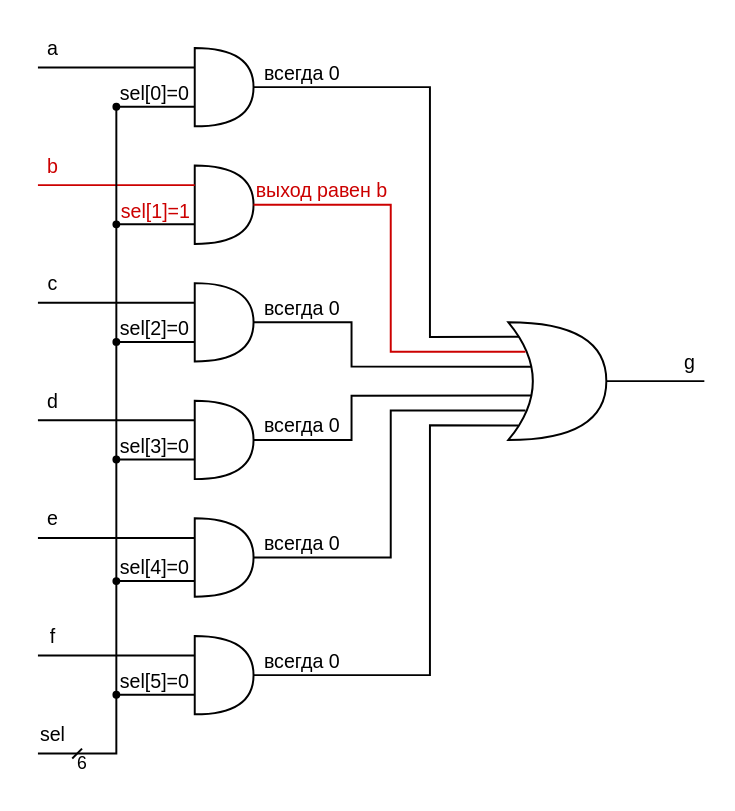
Earlier version of the draw.io export .pic/Introduction/How FPGA works/fig_08.drawio.svg (MPSU/APS). Source tidied: cells renumbered, new cells last; positions are measured from the earlier drawing's top-left corner, leaving out a move shared by most shapes.
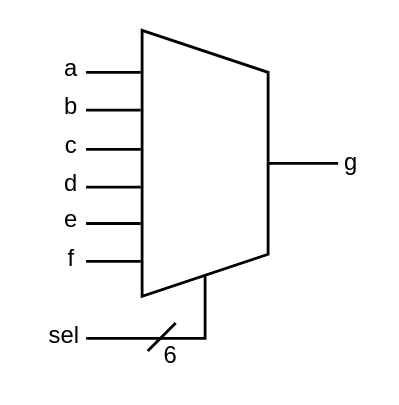
The same file after the commit.

Diff of the diagram source:
```diff
@@ -2,235 +2,90 @@
   <root>
     <mxCell id="0" />
     <mxCell id="1" parent="0" />
-    <mxCell id="2" style="shape=or;whiteSpace=wrap;html=1;fillColor=none;strokeColor=#000000;fontColor=#424242;strokeWidth=2;" parent="1" vertex="1">
-      <mxGeometry x="170" y="20" width="60" height="80" as="geometry" />
+    <mxCell id="2" style="shape=trapezoid;perimeter=trapezoidPerimeter;whiteSpace=wrap;html=1;fixedSize=1;rotation=90;size=30;strokeWidth=2;" parent="1" vertex="1">
+      <mxGeometry x="170" y="20" width="190" height="90" as="geometry" />
     </mxCell>
-    <mxCell id="3" style="shape=or;whiteSpace=wrap;html=1;fillColor=none;strokeColor=#000000;fontColor=#424242;strokeWidth=2;" parent="1" vertex="1">
-      <mxGeometry x="170" y="140" width="60" height="80" as="geometry" />
+    <mxCell id="3" style="endArrow=none;html=1;rounded=0;strokeWidth=2;" parent="1" edge="1">
+      <mxGeometry relative="1" as="geometry">
+        <mxPoint x="219" as="sourcePoint" />
+        <mxPoint x="180" as="targetPoint" />
+      </mxGeometry>
     </mxCell>
-    <mxCell id="4" style="shape=or;whiteSpace=wrap;html=1;fillColor=none;strokeColor=#000000;fontColor=#424242;strokeWidth=2;" parent="1" vertex="1">
-      <mxGeometry x="170" y="260" width="60" height="80" as="geometry" />
+    <mxCell id="4" style="endArrow=none;html=1;rounded=0;strokeWidth=2;" parent="1" edge="1">
+      <mxGeometry relative="1" as="geometry">
+        <mxPoint x="219" y="27" as="sourcePoint" />
+        <mxPoint x="180" y="27" as="targetPoint" />
+      </mxGeometry>
     </mxCell>
-    <mxCell id="5" style="shape=or;whiteSpace=wrap;html=1;fillColor=none;strokeColor=#000000;fontColor=#424242;strokeWidth=2;" parent="1" vertex="1">
-      <mxGeometry x="170" y="380" width="60" height="80" as="geometry" />
+    <mxCell id="5" style="endArrow=none;html=1;rounded=0;strokeWidth=2;" parent="1" edge="1">
+      <mxGeometry relative="1" as="geometry">
+        <mxPoint x="219" y="55" as="sourcePoint" />
+        <mxPoint x="180" y="55" as="targetPoint" />
+      </mxGeometry>
     </mxCell>
-    <mxCell id="6" style="shape=or;whiteSpace=wrap;html=1;fillColor=none;strokeColor=#000000;fontColor=#424242;strokeWidth=2;" parent="1" vertex="1">
-      <mxGeometry x="170" y="500" width="60" height="80" as="geometry" />
+    <mxCell id="6" style="endArrow=none;html=1;rounded=0;strokeWidth=2;" parent="1" edge="1">
+      <mxGeometry relative="1" as="geometry">
+        <mxPoint x="219" y="82" as="sourcePoint" />
+        <mxPoint x="180" y="82" as="targetPoint" />
+      </mxGeometry>
     </mxCell>
-    <mxCell id="7" style="shape=or;whiteSpace=wrap;html=1;fillColor=none;strokeColor=#000000;fontColor=#424242;strokeWidth=2;" parent="1" vertex="1">
-      <mxGeometry x="170" y="620" width="60" height="80" as="geometry" />
+    <mxCell id="7" style="endArrow=none;html=1;rounded=0;strokeWidth=2;" parent="1" edge="1">
+      <mxGeometry relative="1" as="geometry">
+        <mxPoint x="219" y="108" as="sourcePoint" />
+        <mxPoint x="180" y="108" as="targetPoint" />
+      </mxGeometry>
     </mxCell>
-    <mxCell id="8" style="endArrow=none;html=1;rounded=0;strokeColor=#000000;fontColor=#424242;strokeWidth=2;" parent="1" edge="1">
+    <mxCell id="8" style="endArrow=none;html=1;rounded=0;strokeWidth=2;" parent="1" edge="1">
       <mxGeometry relative="1" as="geometry">
-        <mxPoint x="10" y="40" as="sourcePoint" />
-        <mxPoint x="170" y="40" as="targetPoint" />
+        <mxPoint x="219" y="135" as="sourcePoint" />
+        <mxPoint x="180" y="135" as="targetPoint" />
       </mxGeometry>
     </mxCell>
-    <mxCell id="9" style="endArrow=none;html=1;rounded=0;strokeColor=#CC0000;fontColor=#424242;strokeWidth=2;" parent="1" edge="1">
+    <mxCell id="9" style="endArrow=none;html=1;rounded=0;strokeWidth=2;entryX=1;entryY=0.5;entryDx=0;entryDy=0;" parent="1" edge="1" target="2">
       <mxGeometry relative="1" as="geometry">
-        <mxPoint x="10" y="160" as="sourcePoint" />
-        <mxPoint x="170" y="160" as="targetPoint" />
+        <mxPoint x="180" y="190" as="sourcePoint" />
+        <Array as="points">
+          <mxPoint x="265" y="190" />
+        </Array>
       </mxGeometry>
     </mxCell>
-    <mxCell id="10" style="endArrow=none;html=1;rounded=0;strokeColor=#000000;fontColor=#424242;strokeWidth=2;" parent="1" edge="1">
+    <mxCell id="10" style="endArrow=none;html=1;rounded=0;strokeWidth=2;entryX=0.5;entryY=0;entryDx=0;entryDy=0;" parent="1" edge="1" target="2">
       <mxGeometry relative="1" as="geometry">
-        <mxPoint x="10" y="280" as="sourcePoint" />
-        <mxPoint x="170" y="280" as="targetPoint" />
+        <mxPoint x="360" y="65" as="sourcePoint" />
       </mxGeometry>
     </mxCell>
-    <mxCell id="11" style="endArrow=none;html=1;rounded=0;strokeColor=#000000;fontColor=#424242;strokeWidth=2;" parent="1" edge="1">
+    <mxCell id="11" style="endArrow=none;html=1;rounded=0;strokeWidth=2;" parent="1" edge="1">
       <mxGeometry relative="1" as="geometry">
-        <mxPoint x="10" y="400" as="sourcePoint" />
-        <mxPoint x="170" y="400" as="targetPoint" />
+        <mxPoint x="224" y="199" as="sourcePoint" />
+        <mxPoint x="244" y="179" as="targetPoint" />
       </mxGeometry>
     </mxCell>
-    <mxCell id="12" style="endArrow=none;html=1;rounded=0;strokeColor=#000000;fontColor=#424242;strokeWidth=2;" parent="1" edge="1">
-      <mxGeometry relative="1" as="geometry">
-        <mxPoint x="10" y="520" as="sourcePoint" />
-        <mxPoint x="170" y="520" as="targetPoint" />
-      </mxGeometry>
+    <mxCell id="12" value="6" style="text;html=1;align=center;verticalAlign=middle;strokeColor=none;fillColor=none;fontSize=17;" parent="1" vertex="1">
+      <mxGeometry x="225" y="188" width="30" height="30" as="geometry" />
     </mxCell>
-    <mxCell id="13" style="endArrow=none;html=1;rounded=0;strokeColor=#000000;fontColor=#424242;strokeWidth=2;" parent="1" edge="1">
-      <mxGeometry relative="1" as="geometry">
-        <mxPoint x="10" y="640" as="sourcePoint" />
-        <mxPoint x="170" y="640" as="targetPoint" />
-      </mxGeometry>
+    <mxCell id="13" value="a" style="text;html=1;align=center;verticalAlign=middle;strokeColor=none;fillColor=none;fontSize=17;" parent="1" vertex="1">
+      <mxGeometry x="154" y="-17" width="30" height="30" as="geometry" />
     </mxCell>
-    <mxCell id="14" style="endArrow=none;html=1;rounded=0;startArrow=oval;startFill=1;strokeColor=#000000;fontColor=#424242;strokeWidth=2;" parent="1" edge="1">
-      <mxGeometry relative="1" as="geometry">
-        <mxPoint x="90" y="680" as="sourcePoint" />
-        <mxPoint x="170" y="680" as="targetPoint" />
-      </mxGeometry>
+    <mxCell id="14" value="b" style="text;html=1;align=center;verticalAlign=middle;strokeColor=none;fillColor=none;fontSize=17;" parent="1" vertex="1">
+      <mxGeometry x="154" y="10" width="30" height="30" as="geometry" />
     </mxCell>
-    <mxCell id="15" style="endArrow=none;html=1;rounded=0;strokeColor=#000000;fontColor=#424242;strokeWidth=2;" parent="1" edge="1">
-      <mxGeometry relative="1" as="geometry">
-        <mxPoint x="90" y="680" as="sourcePoint" />
-        <mxPoint x="90" y="80" as="targetPoint" />
-      </mxGeometry>
+    <mxCell id="15" value="c" style="text;html=1;align=center;verticalAlign=middle;strokeColor=none;fillColor=none;fontSize=17;" parent="1" vertex="1">
+      <mxGeometry x="154" y="38" width="30" height="30" as="geometry" />
     </mxCell>
-    <mxCell id="16" style="endArrow=none;html=1;rounded=0;strokeColor=#000000;fontColor=#424242;strokeWidth=2;" parent="1" edge="1">
-      <mxGeometry relative="1" as="geometry">
-        <mxPoint x="10" y="740" as="sourcePoint" />
-        <mxPoint x="90" y="680" as="targetPoint" />
-        <Array as="points">
-          <mxPoint x="90" y="740" />
-        </Array>
-      </mxGeometry>
+    <mxCell id="16" value="d" style="text;html=1;align=center;verticalAlign=middle;strokeColor=none;fillColor=none;fontSize=17;" parent="1" vertex="1">
+      <mxGeometry x="154" y="65" width="30" height="30" as="geometry" />
     </mxCell>
-    <mxCell id="17" style="endArrow=none;html=1;rounded=0;startArrow=oval;startFill=1;strokeColor=#000000;fontColor=#424242;strokeWidth=2;" parent="1" edge="1">
-      <mxGeometry relative="1" as="geometry">
-        <mxPoint x="90" y="564" as="sourcePoint" />
-        <mxPoint x="170" y="564" as="targetPoint" />
-      </mxGeometry>
+    <mxCell id="17" value="e" style="text;html=1;align=center;verticalAlign=middle;strokeColor=none;fillColor=none;fontSize=17;" parent="1" vertex="1">
+      <mxGeometry x="154" y="91" width="30" height="30" as="geometry" />
     </mxCell>
-    <mxCell id="18" style="endArrow=none;html=1;rounded=0;startArrow=oval;startFill=1;strokeColor=#000000;fontColor=#424242;strokeWidth=2;" parent="1" edge="1">
-      <mxGeometry relative="1" as="geometry">
-        <mxPoint x="90" y="440" as="sourcePoint" />
-        <mxPoint x="170" y="440" as="targetPoint" />
-      </mxGeometry>
+    <mxCell id="18" value="f" style="text;html=1;align=center;verticalAlign=middle;strokeColor=none;fillColor=none;fontSize=17;" parent="1" vertex="1">
+      <mxGeometry x="154" y="119" width="30" height="30" as="geometry" />
     </mxCell>
-    <mxCell id="19" style="endArrow=none;html=1;rounded=0;startArrow=oval;startFill=1;strokeColor=#000000;fontColor=#424242;strokeWidth=2;" parent="1" edge="1">
-      <mxGeometry relative="1" as="geometry">
-        <mxPoint x="90" y="320" as="sourcePoint" />
-        <mxPoint x="170" y="320" as="targetPoint" />
-      </mxGeometry>
+    <mxCell id="19" value="sel" style="text;html=1;align=center;verticalAlign=middle;strokeColor=none;fillColor=none;fontSize=17;" parent="1" vertex="1">
+      <mxGeometry x="139" y="174" width="50" height="30" as="geometry" />
     </mxCell>
-    <mxCell id="20" style="endArrow=none;html=1;rounded=0;startArrow=oval;startFill=1;strokeColor=#000000;fontColor=#424242;strokeWidth=2;" parent="1" edge="1">
-      <mxGeometry relative="1" as="geometry">
-        <mxPoint x="90" y="200" as="sourcePoint" />
-        <mxPoint x="170" y="200" as="targetPoint" />
-      </mxGeometry>
+    <mxCell id="20" value="g" style="text;html=1;align=center;verticalAlign=middle;strokeColor=none;fillColor=none;fontSize=17;" parent="1" vertex="1">
+      <mxGeometry x="354" y="50" width="30" height="30" as="geometry" />
     </mxCell>
-    <mxCell id="21" style="endArrow=none;html=1;rounded=0;startArrow=oval;startFill=1;strokeColor=#000000;fontColor=#424242;strokeWidth=2;" parent="1" edge="1">
-      <mxGeometry relative="1" as="geometry">
-        <mxPoint x="90" y="80" as="sourcePoint" />
-        <mxPoint x="170" y="80" as="targetPoint" />
-      </mxGeometry>
-    </mxCell>
-    <mxCell id="22" style="shape=xor;whiteSpace=wrap;html=1;fillColor=none;strokeColor=#000000;fontColor=#424242;strokeWidth=2;" parent="1" vertex="1">
-      <mxGeometry x="490" y="300" width="100" height="120" as="geometry" />
-    </mxCell>
-    <mxCell id="23" style="endArrow=none;html=1;rounded=0;exitX=1;exitY=0.5;exitDx=0;exitDy=0;exitPerimeter=0;entryX=0.108;entryY=0.123;entryDx=0;entryDy=0;entryPerimeter=0;strokeColor=#000000;fontColor=#424242;strokeWidth=2;" parent="1" edge="1" source="2" target="22">
-      <mxGeometry relative="1" as="geometry">
-        <Array as="points">
-          <mxPoint x="410" y="60" />
-          <mxPoint x="410" y="315" />
-        </Array>
-      </mxGeometry>
-    </mxCell>
-    <mxCell id="24" style="endArrow=none;html=1;rounded=0;exitX=1;exitY=0.5;exitDx=0;exitDy=0;exitPerimeter=0;entryX=0.175;entryY=0.25;entryDx=0;entryDy=0;entryPerimeter=0;strokeColor=#CC0000;fontColor=#424242;strokeWidth=2;" parent="1" edge="1" source="3" target="22">
-      <mxGeometry relative="1" as="geometry">
-        <Array as="points">
-          <mxPoint x="370" y="180" />
-          <mxPoint x="370" y="330" />
-        </Array>
-      </mxGeometry>
-    </mxCell>
-    <mxCell id="25" style="endArrow=none;html=1;rounded=0;exitX=1;exitY=0.5;exitDx=0;exitDy=0;exitPerimeter=0;entryX=0.232;entryY=0.377;entryDx=0;entryDy=0;entryPerimeter=0;strokeColor=#000000;fontColor=#424242;strokeWidth=2;" parent="1" edge="1" source="4" target="22">
-      <mxGeometry relative="1" as="geometry">
-        <Array as="points">
-          <mxPoint x="330" y="300" />
-          <mxPoint x="330" y="345" />
-        </Array>
-      </mxGeometry>
-    </mxCell>
-    <mxCell id="26" style="endArrow=none;html=1;rounded=0;exitX=1;exitY=0.5;exitDx=0;exitDy=0;exitPerimeter=0;entryX=0.232;entryY=0.622;entryDx=0;entryDy=0;entryPerimeter=0;strokeColor=#000000;fontColor=#424242;strokeWidth=2;" parent="1" edge="1" source="5" target="22">
-      <mxGeometry relative="1" as="geometry">
-        <Array as="points">
-          <mxPoint x="330" y="420" />
-          <mxPoint x="330" y="375" />
-        </Array>
-      </mxGeometry>
-    </mxCell>
-    <mxCell id="27" style="endArrow=none;html=1;rounded=0;exitX=1;exitY=0.5;exitDx=0;exitDy=0;exitPerimeter=0;entryX=0.175;entryY=0.75;entryDx=0;entryDy=0;entryPerimeter=0;strokeColor=#000000;fontColor=#424242;strokeWidth=2;" parent="1" edge="1" source="6" target="22">
-      <mxGeometry relative="1" as="geometry">
-        <Array as="points">
-          <mxPoint x="370" y="540" />
-          <mxPoint x="370" y="390" />
-        </Array>
-      </mxGeometry>
-    </mxCell>
-    <mxCell id="28" style="endArrow=none;html=1;rounded=0;exitX=1;exitY=0.5;exitDx=0;exitDy=0;exitPerimeter=0;entryX=0.103;entryY=0.877;entryDx=0;entryDy=0;entryPerimeter=0;strokeColor=#000000;fontColor=#424242;strokeWidth=2;" parent="1" edge="1" source="7" target="22">
-      <mxGeometry relative="1" as="geometry">
-        <Array as="points">
-          <mxPoint x="410" y="660" />
-          <mxPoint x="410" y="405" />
-        </Array>
-      </mxGeometry>
-    </mxCell>
-    <mxCell id="29" style="endArrow=none;html=1;rounded=0;exitX=1;exitY=0.5;exitDx=0;exitDy=0;exitPerimeter=0;strokeColor=#000000;fontColor=#424242;strokeWidth=2;" parent="1" edge="1" source="22">
-      <mxGeometry relative="1" as="geometry">
-        <mxPoint x="690" y="360" as="targetPoint" />
-      </mxGeometry>
-    </mxCell>
-    <mxCell id="30" value="a" style="text;html=1;align=center;verticalAlign=middle;strokeColor=none;fillColor=none;fontSize=20;fontColor=#000000;strokeWidth=2;" parent="1" vertex="1">
-      <mxGeometry x="10" width="30" height="40" as="geometry" />
-    </mxCell>
-    <mxCell id="31" value="b" style="text;html=1;align=center;verticalAlign=middle;strokeColor=none;fillColor=none;fontSize=20;fontColor=#CC0000;strokeWidth=2;" parent="1" vertex="1">
-      <mxGeometry x="10" y="120" width="30" height="40" as="geometry" />
-    </mxCell>
-    <mxCell id="32" value="c" style="text;html=1;align=center;verticalAlign=middle;strokeColor=none;fillColor=none;fontSize=20;fontColor=#000000;strokeWidth=2;" parent="1" vertex="1">
-      <mxGeometry x="10" y="240" width="30" height="40" as="geometry" />
-    </mxCell>
-    <mxCell id="33" value="d" style="text;html=1;align=center;verticalAlign=middle;strokeColor=none;fillColor=none;fontSize=20;fontColor=#000000;strokeWidth=2;" parent="1" vertex="1">
-      <mxGeometry x="10" y="360" width="30" height="40" as="geometry" />
-    </mxCell>
-    <mxCell id="34" value="e" style="text;html=1;align=center;verticalAlign=middle;strokeColor=none;fillColor=none;fontSize=20;fontColor=#000000;strokeWidth=2;" parent="1" vertex="1">
-      <mxGeometry x="10" y="480" width="30" height="40" as="geometry" />
-    </mxCell>
-    <mxCell id="35" value="f" style="text;html=1;align=center;verticalAlign=middle;strokeColor=none;fillColor=none;fontSize=20;fontColor=#000000;strokeWidth=2;" parent="1" vertex="1">
-      <mxGeometry x="10" y="600" width="30" height="40" as="geometry" />
-    </mxCell>
-    <mxCell id="36" value="sel" style="text;html=1;align=center;verticalAlign=middle;strokeColor=none;fillColor=none;fontSize=20;fontColor=#000000;strokeWidth=2;" parent="1" vertex="1">
-      <mxGeometry y="700" width="50" height="40" as="geometry" />
-    </mxCell>
-    <mxCell id="37" style="endArrow=none;html=1;rounded=0;fontSize=20;strokeColor=#000000;fontColor=#424242;strokeWidth=2;" parent="1" edge="1">
-      <mxGeometry relative="1" as="geometry">
-        <mxPoint x="45" y="745" as="sourcePoint" />
-        <mxPoint x="55" y="735" as="targetPoint" />
-      </mxGeometry>
-    </mxCell>
-    <mxCell id="38" value="sel[5]=0" style="text;html=1;align=center;verticalAlign=middle;strokeColor=none;fillColor=none;fontSize=20;fontColor=#000000;strokeWidth=2;" parent="1" vertex="1">
-      <mxGeometry x="84" y="646" width="90" height="40" as="geometry" />
-    </mxCell>
-    <mxCell id="39" value="sel[4]=0" style="text;html=1;align=center;verticalAlign=middle;strokeColor=none;fillColor=none;fontSize=20;fontColor=#000000;strokeWidth=2;" parent="1" vertex="1">
-      <mxGeometry x="84" y="530" width="90" height="40" as="geometry" />
-    </mxCell>
-    <mxCell id="40" value="sel[3]=0" style="text;html=1;align=center;verticalAlign=middle;strokeColor=none;fillColor=none;fontSize=20;fontColor=#000000;strokeWidth=2;" parent="1" vertex="1">
-      <mxGeometry x="84" y="406" width="90" height="40" as="geometry" />
-    </mxCell>
-    <mxCell id="41" value="sel[2]=0" style="text;html=1;align=center;verticalAlign=middle;strokeColor=none;fillColor=none;fontSize=20;fontColor=#000000;strokeWidth=2;" parent="1" vertex="1">
-      <mxGeometry x="84" y="286" width="90" height="40" as="geometry" />
-    </mxCell>
-    <mxCell id="42" value="sel[1]=1" style="text;html=1;align=center;verticalAlign=middle;strokeColor=none;fillColor=none;fontSize=20;fontColor=#CC0000;strokeWidth=2;" parent="1" vertex="1">
-      <mxGeometry x="85" y="166" width="90" height="40" as="geometry" />
-    </mxCell>
-    <mxCell id="43" value="sel[0]=0" style="text;html=1;align=center;verticalAlign=middle;strokeColor=none;fillColor=none;fontSize=20;fontColor=#000000;strokeWidth=2;" parent="1" vertex="1">
-      <mxGeometry x="84" y="46" width="90" height="40" as="geometry" />
-    </mxCell>
-    <mxCell id="44" value="g" style="text;html=1;align=center;verticalAlign=middle;strokeColor=none;fillColor=none;fontSize=20;fontColor=#000000;strokeWidth=2;" parent="1" vertex="1">
-      <mxGeometry x="660" y="320" width="30" height="40" as="geometry" />
-    </mxCell>
-    <mxCell id="45" value="&lt;font style=&quot;font-size: 20px;&quot;&gt;всегда 0&lt;br&gt;&lt;/font&gt;" style="text;html=1;strokeColor=none;fillColor=none;align=center;verticalAlign=middle;whiteSpace=wrap;rounded=0;fontSize=11;fontColor=#000000;" parent="1" vertex="1">
-      <mxGeometry x="230" y="30" width="100" height="30" as="geometry" />
-    </mxCell>
-    <mxCell id="46" value="&lt;font style=&quot;font-size: 20px;&quot;&gt;всегда 0&lt;br&gt;&lt;/font&gt;" style="text;html=1;strokeColor=none;fillColor=none;align=center;verticalAlign=middle;whiteSpace=wrap;rounded=0;fontSize=11;fontColor=#000000;" parent="1" vertex="1">
-      <mxGeometry x="230" y="270" width="100" height="30" as="geometry" />
-    </mxCell>
-    <mxCell id="47" value="&lt;font style=&quot;font-size: 20px;&quot;&gt;всегда 0&lt;br&gt;&lt;/font&gt;" style="text;html=1;strokeColor=none;fillColor=none;align=center;verticalAlign=middle;whiteSpace=wrap;rounded=0;fontSize=11;fontColor=#000000;" parent="1" vertex="1">
-      <mxGeometry x="230" y="390" width="100" height="30" as="geometry" />
-    </mxCell>
-    <mxCell id="48" value="&lt;font style=&quot;font-size: 20px;&quot;&gt;всегда 0&lt;br&gt;&lt;/font&gt;" style="text;html=1;strokeColor=none;fillColor=none;align=center;verticalAlign=middle;whiteSpace=wrap;rounded=0;fontSize=11;fontColor=#000000;" parent="1" vertex="1">
-      <mxGeometry x="230" y="510" width="100" height="30" as="geometry" />
-    </mxCell>
-    <mxCell id="49" value="&lt;font style=&quot;font-size: 20px;&quot;&gt;всегда 0&lt;br&gt;&lt;/font&gt;" style="text;html=1;strokeColor=none;fillColor=none;align=center;verticalAlign=middle;whiteSpace=wrap;rounded=0;fontSize=11;fontColor=#000000;" parent="1" vertex="1">
-      <mxGeometry x="230" y="630" width="100" height="30" as="geometry" />
-    </mxCell>
-    <mxCell id="50" value="&lt;font style=&quot;font-size: 20px;&quot;&gt;выход равен b&lt;br&gt;&lt;/font&gt;" style="text;html=1;strokeColor=none;fillColor=none;align=center;verticalAlign=middle;whiteSpace=wrap;rounded=0;fontSize=11;fontColor=#CC0000;" parent="1" vertex="1">
-      <mxGeometry x="230" y="150" width="140" height="30" as="geometry" />
-    </mxCell>
-    <mxCell id="51" value="6" style="text;html=1;align=center;verticalAlign=middle;strokeColor=none;fillColor=none;fontSize=18;fontColor=#000000;strokeWidth=2;" parent="1" vertex="1">
-      <mxGeometry x="40" y="730" width="30" height="40" as="geometry" />
-    </mxCell>
   </root>
 </mxGraphModel>
```
